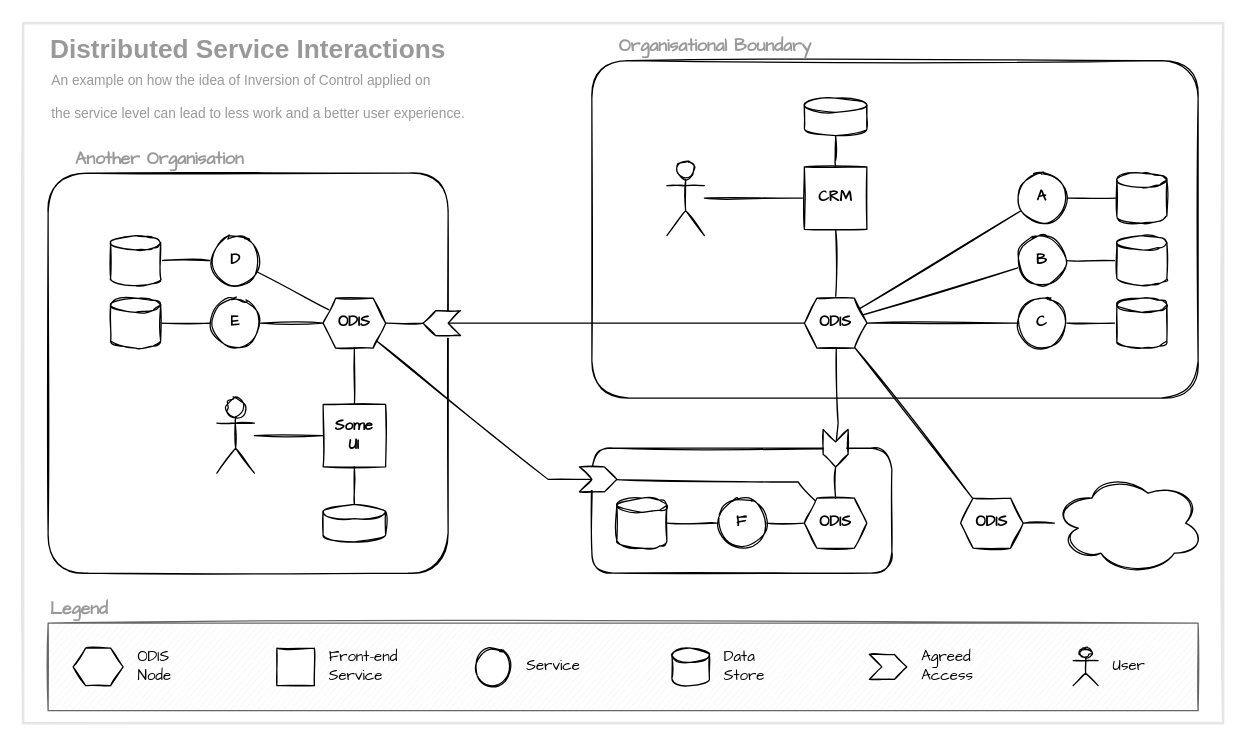
Before: page "Start" (1 of 2) of docs/cmr_flow.drawio in michalporeba/odis, a draw.io diagram. Source tidied: cells renumbered, new cells numbered last; positions are measured from the earlier drawing's top-left corner, leaving out a move shared by most shapes. Both pictures are drawn from the tidied source at 125%, with x=0, y=0 at pixel (22, 22).
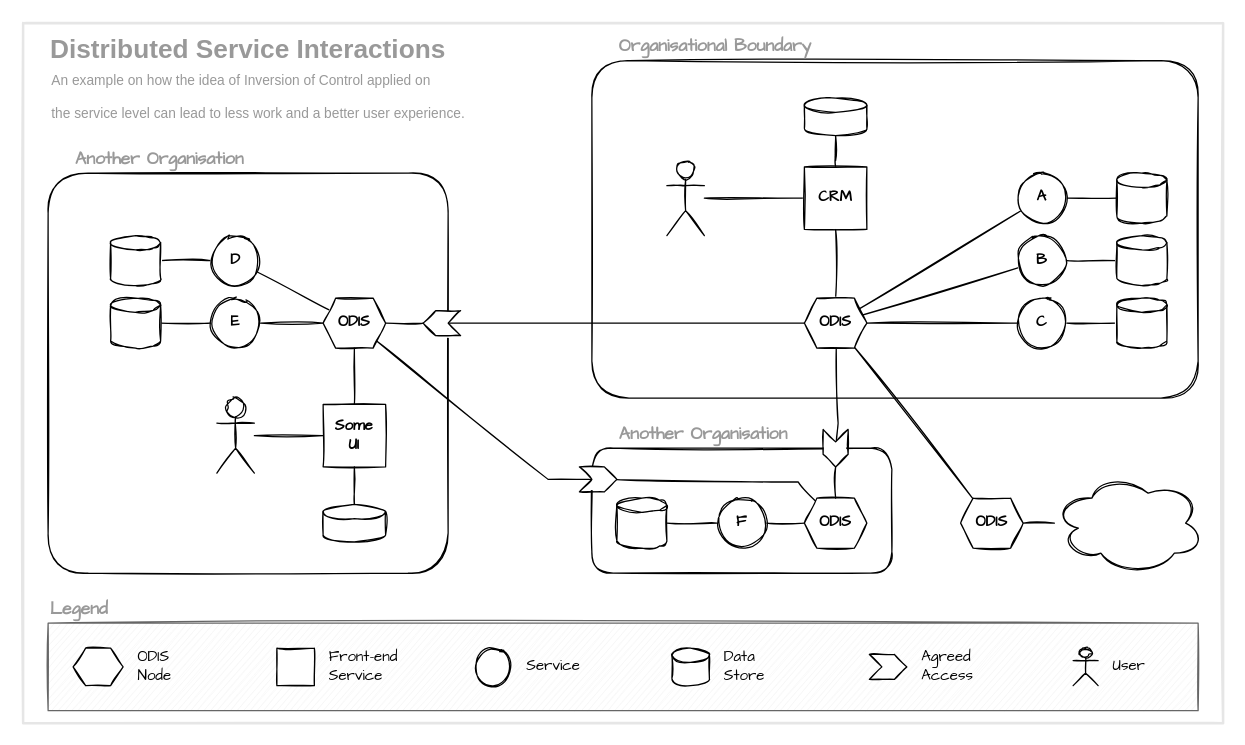
Above is the later version.

Commit message:
starting to build the narrative

What changed in the source:
```diff
@@
+    <mxCell id="86" value="Another Organisation" style="text;html=1;strokeColor=none;fillColor=none;align=left;verticalAlign=bottom;whiteSpace=wrap;rounded=0;dashed=1;sketch=1;fontFamily=Comic Sans MS;fontStyle=1;fontSize=14;fontColor=#999999;" parent="1" vertex="1">
+      <mxGeometry x="475" y="320" width="170" height="20" as="geometry" />
+    </mxCell>
```
